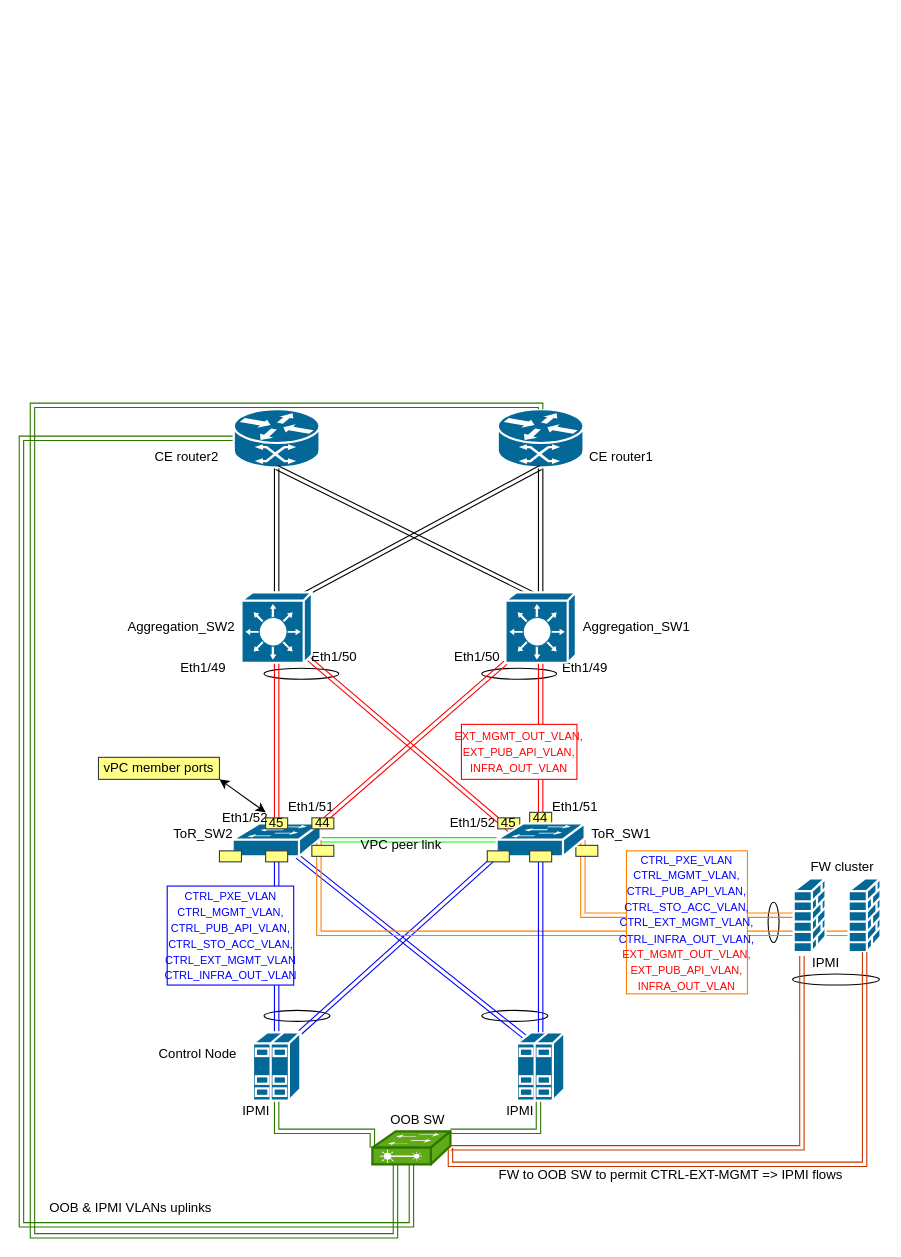
bogdanadrian-burciu/diagrams-net keeps this draw.io diagram as LLD_OPC_OJO_PE_upstream.drawio. Above is the earlier version. Source tidied: cells renumbered, new cells numbered last; positions are measured from the earlier drawing's top-left corner, leaving out a move shared by most shapes. Both pictures are drawn from the tidied source at 110%, with x=0, y=0 at pixel (21, 405).
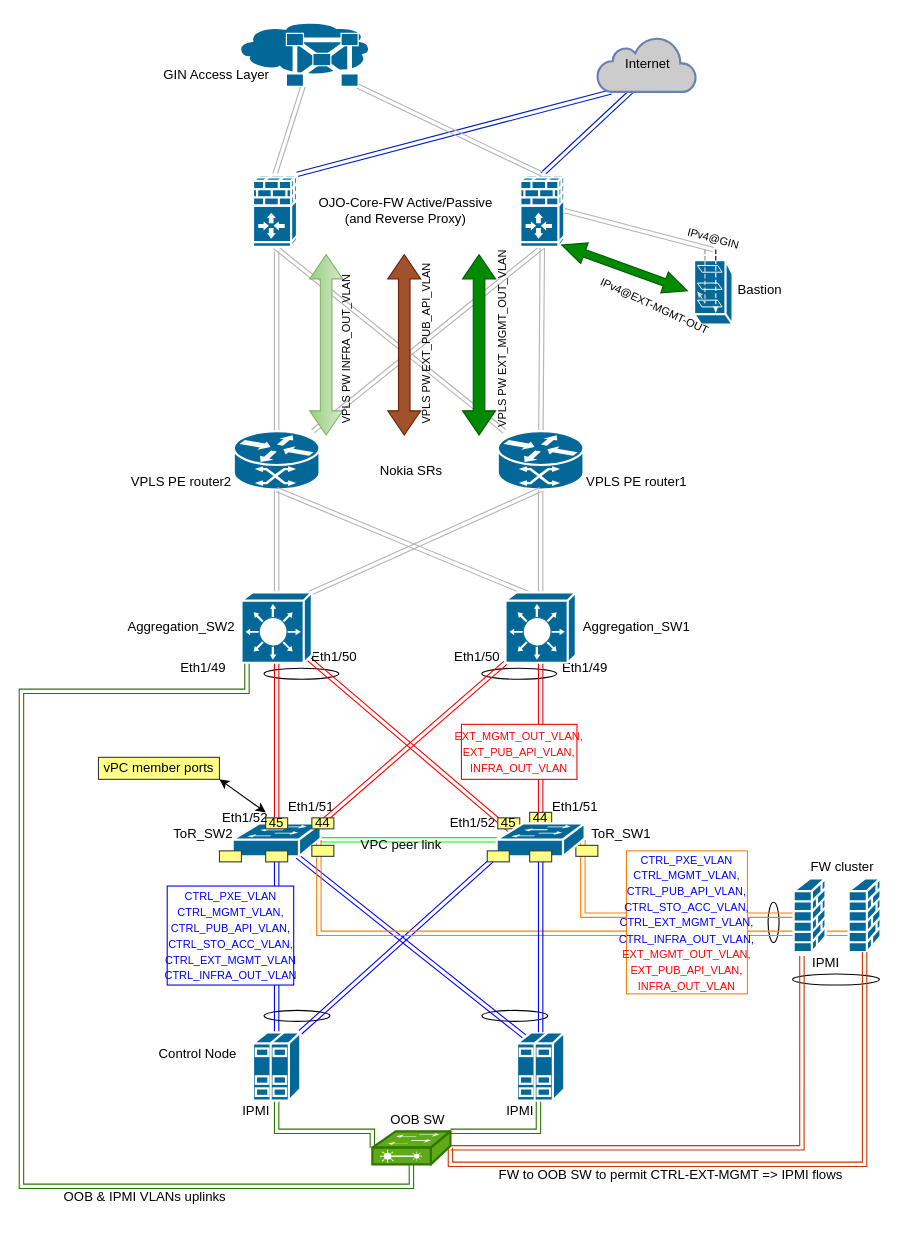
After the change.

Unchanged cells that the change refers to:
```xml
<mxCell id="41" style="shape=mxgraph.cisco.switches.layer_2_remote_switch;html=1;dashed=0;fillColor=#60a917;strokeColor=#2D7600;strokeWidth=2;verticalLabelPosition=bottom;verticalAlign=top;align=center;outlineConnect=0;fontColor=#ffffff;" parent="1" vertex="1">
  <mxGeometry x="319" y="660" width="71" height="30" as="geometry" />
</mxCell>
<mxCell id="80" style="shape=mxgraph.cisco.switches.layer_3_switch;html=1;dashed=0;fillColor=#036897;strokeColor=#ffffff;strokeWidth=2;verticalLabelPosition=bottom;verticalAlign=top;align=center;outlineConnect=0;" parent="1" vertex="1">
  <mxGeometry x="200" y="170" width="64" height="64" as="geometry" />
</mxCell>
<mxCell id="81" style="shape=mxgraph.cisco.switches.layer_3_switch;html=1;dashed=0;fillColor=#036897;strokeColor=#ffffff;strokeWidth=2;verticalLabelPosition=bottom;verticalAlign=top;align=center;outlineConnect=0;" parent="1" vertex="1">
  <mxGeometry x="440" y="170" width="64" height="64" as="geometry" />
</mxCell>
```

What changed in the source:
```diff
@@
-    <mxCell id="28" style="edgeStyle=orthogonalEdgeStyle;shape=link;rounded=0;jettySize=auto;html=1;exitX=0.5;exitY=0;exitDx=0;exitDy=0;exitPerimeter=0;entryX=0.5;entryY=1;entryDx=0;entryDy=0;entryPerimeter=0;" parent="1" edge="1" source="80" target="47">
+    <mxCell id="28" style="edgeStyle=orthogonalEdgeStyle;shape=link;rounded=0;jettySize=auto;html=1;exitX=0.5;exitY=0;exitDx=0;exitDy=0;exitPerimeter=0;entryX=0.5;entryY=1;entryDx=0;entryDy=0;entryPerimeter=0;strokeColor=#B3B3B3;" parent="1" edge="1" source="80" target="47">
       <mxGeometry relative="1" as="geometry" />
     </mxCell>
-    <mxCell id="29" style="edgeStyle=orthogonalEdgeStyle;shape=link;rounded=0;jettySize=auto;html=1;exitX=0.5;exitY=0;exitDx=0;exitDy=0;exitPerimeter=0;entryX=0.5;entryY=1;entryDx=0;entryDy=0;entryPerimeter=0;" parent="1" edge="1" source="81" target="48">
+    <mxCell id="29" style="edgeStyle=orthogonalEdgeStyle;shape=link;rounded=0;jettySize=auto;html=1;exitX=0.5;exitY=0;exitDx=0;exitDy=0;exitPerimeter=0;entryX=0.5;entryY=1;entryDx=0;entryDy=0;entryPerimeter=0;strokeColor=#B3B3B3;" parent="1" edge="1" source="81" target="48">
       <mxGeometry relative="1" as="geometry" />
     </mxCell>
@@
-    <mxCell id="40" style="edgeStyle=orthogonalEdgeStyle;rounded=0;jettySize=auto;html=1;fillColor=#60a917;strokeColor=#2D7600;shape=link;entryX=0;entryY=0.5;entryDx=0;entryDy=0;entryPerimeter=0;" parent="1" edge="1" source="41" target="47">
+    <mxCell id="40" style="edgeStyle=orthogonalEdgeStyle;rounded=0;jettySize=auto;html=1;fillColor=#60a917;strokeColor=#2D7600;shape=link;" parent="1" edge="1" source="41" target="80">
       <mxGeometry relative="1" as="geometry">
         <Array as="points">
-          <mxPoint y="745" />
-          <mxPoint y="30" />
+          <mxPoint x="355" y="710" />
+          <mxPoint y="710" />
+          <mxPoint y="260" />
+          <mxPoint x="205" y="260" />
         </Array>
       </mxGeometry>
     </mxCell>
@@
+    <mxCell id="82" style="edgeStyle=none;shape=link;rounded=0;jettySize=auto;html=1;entryX=0.5;entryY=1;entryDx=0;entryDy=0;entryPerimeter=0;fontColor=#E6E6E6;strokeColor=#B3B3B3;" parent="1" edge="1" source="47" target="91">
+      <mxGeometry relative="1" as="geometry" />
+    </mxCell>
+    <mxCell id="83" style="edgeStyle=none;shape=link;rounded=0;jettySize=auto;html=1;shadow=0;strokeColor=#B3B3B3;fontSize=10;fontColor=#E6E6E6;" parent="1" edge="1" source="47">
+      <mxGeometry relative="1" as="geometry">
+        <mxPoint x="232" y="-140" as="targetPoint" />
+      </mxGeometry>
+    </mxCell>
     <mxCell id="47" style="shape=mxgraph.cisco.routers.atm_router;html=1;dashed=0;fillColor=#036897;strokeColor=#ffffff;strokeWidth=2;verticalLabelPosition=bottom;verticalAlign=top;align=center;outlineConnect=0;" parent="1" vertex="1">
-      <mxGeometry x="193" y="3.5" width="78" height="53" as="geometry" />
+      <mxGeometry x="193" y="23.5" width="78" height="53" as="geometry" />
     </mxCell>
+    <mxCell id="84" style="edgeStyle=none;shape=link;rounded=0;jettySize=auto;html=1;entryX=0.5;entryY=1;entryDx=0;entryDy=0;entryPerimeter=0;fontColor=#E6E6E6;strokeColor=#B3B3B3;" parent="1" edge="1" source="48" target="89">
+      <mxGeometry relative="1" as="geometry" />
+    </mxCell>
+    <mxCell id="85" style="edgeStyle=none;shape=link;rounded=0;jettySize=auto;html=1;entryX=0.5;entryY=1;entryDx=0;entryDy=0;entryPerimeter=0;shadow=0;strokeColor=#B3B3B3;fontSize=10;fontColor=#E6E6E6;" parent="1" edge="1" source="48" target="91">
+      <mxGeometry relative="1" as="geometry" />
+    </mxCell>
     <mxCell id="48" style="shape=mxgraph.cisco.routers.atm_router;html=1;dashed=0;fillColor=#036897;strokeColor=#ffffff;strokeWidth=2;verticalLabelPosition=bottom;verticalAlign=top;align=center;outlineConnect=0;" parent="1" vertex="1">
-      <mxGeometry x="433" y="3.5" width="78" height="53" as="geometry" />
+      <mxGeometry x="433" y="23.5" width="78" height="53" as="geometry" />
     </mxCell>
-    <mxCell id="49" value="CE router2" style="text;html=1;align=center;verticalAlign=middle;" parent="1" vertex="1">
-      <mxGeometry x="115" y="36.5" width="70" height="20" as="geometry" />
+    <mxCell id="49" value="VPLS PE router2" style="text;html=1;align=center;verticalAlign=middle;" parent="1" vertex="1">
+      <mxGeometry x="90" y="60" width="110" height="20" as="geometry" />
     </mxCell>
-    <mxCell id="50" value="CE router1" style="text;html=1;align=center;verticalAlign=middle;" parent="1" vertex="1">
-      <mxGeometry x="509.5" y="36.5" width="70" height="20" as="geometry" />
-    </mxCell>
@@
-    <mxCell id="65" style="edgeStyle=orthogonalEdgeStyle;rounded=0;jettySize=auto;html=1;fillColor=#60a917;strokeColor=#2D7600;shape=link;exitX=0.296;exitY=1;exitDx=0;exitDy=0;exitPerimeter=0;" parent="1" edge="1" source="41" target="48">
-      <mxGeometry relative="1" as="geometry">
-        <Array as="points">
-          <mxPoint x="340" y="755" />
-          <mxPoint x="10" y="755" />
-          <mxPoint x="10" />
-          <mxPoint x="472" />
-        </Array>
-      </mxGeometry>
-    </mxCell>
@@
     <mxCell id="68" value="OOB &amp;amp; IPMI VLANs uplinks" style="text;html=1;align=center;verticalAlign=middle;" parent="1" vertex="1">
-      <mxGeometry x="19" y="720" width="160" height="20" as="geometry" />
+      <mxGeometry x="32" y="710" width="160" height="20" as="geometry" />
     </mxCell>
@@
-    <mxCell id="78" style="shape=link;rounded=0;jettySize=auto;html=1;exitX=0.5;exitY=0;exitDx=0;exitDy=0;exitPerimeter=0;entryX=0.5;entryY=1;entryDx=0;entryDy=0;entryPerimeter=0;" parent="1" edge="1" target="48">
+    <mxCell id="78" style="shape=link;rounded=0;jettySize=auto;html=1;exitX=0.5;exitY=0;exitDx=0;exitDy=0;exitPerimeter=0;entryX=0.5;entryY=1;entryDx=0;entryDy=0;entryPerimeter=0;strokeColor=#B3B3B3;" parent="1" edge="1" target="48">
       <mxGeometry relative="1" as="geometry">
         <mxPoint x="242" y="180" as="sourcePoint" />
       </mxGeometry>
     </mxCell>
-    <mxCell id="79" style="shape=link;rounded=0;jettySize=auto;html=1;exitX=0.5;exitY=0;exitDx=0;exitDy=0;exitPerimeter=0;entryX=0.5;entryY=1;entryDx=0;entryDy=0;entryPerimeter=0;" parent="1" edge="1" target="47">
+    <mxCell id="79" style="shape=link;rounded=0;jettySize=auto;html=1;exitX=0.5;exitY=0;exitDx=0;exitDy=0;exitPerimeter=0;entryX=0.5;entryY=1;entryDx=0;entryDy=0;entryPerimeter=0;strokeColor=#B3B3B3;" parent="1" edge="1" target="47">
       <mxGeometry relative="1" as="geometry">
         <mxPoint x="482" y="180" as="sourcePoint" />
       </mxGeometry>
     </mxCell>
@@
+    <mxCell id="86" style="edgeStyle=none;shape=link;rounded=0;jettySize=auto;html=1;exitX=0.95;exitY=0.94;exitDx=0;exitDy=0;exitPerimeter=0;fontSize=10;fontColor=#E6E6E6;strokeColor=none;" parent="1" edge="1" source="81">
+      <mxGeometry relative="1" as="geometry">
+        <mxPoint x="200" y="260" as="targetPoint" />
+      </mxGeometry>
+    </mxCell>
@@
+    <mxCell id="87" style="edgeStyle=none;shape=link;rounded=0;jettySize=auto;html=1;exitX=0.5;exitY=0;exitDx=0;exitDy=0;exitPerimeter=0;entryX=0.5;entryY=1;entryDx=0;entryDy=0;entryPerimeter=0;fontSize=10;fontColor=#E6E6E6;strokeColor=#B3B3B3;" parent="1" edge="1" source="89" target="101">
+      <mxGeometry relative="1" as="geometry" />
+    </mxCell>
+    <mxCell id="88" style="edgeStyle=none;shape=link;rounded=0;jettySize=auto;html=1;exitX=1;exitY=0;exitDx=0;exitDy=0;exitPerimeter=0;entryX=0.14;entryY=1;entryDx=0;entryDy=0;entryPerimeter=0;strokeColor=#001DBC;fontSize=10;fontColor=#E6E6E6;fillColor=#0050ef;" parent="1" edge="1" source="89" target="103">
+      <mxGeometry relative="1" as="geometry" />
+    </mxCell>
+    <mxCell id="89" style="shape=mxgraph.cisco.security.ios_firewall;html=1;dashed=0;fillColor=#036897;strokeColor=#ffffff;strokeWidth=2;verticalLabelPosition=bottom;verticalAlign=top;align=center;outlineConnect=0;" parent="1" vertex="1">
+      <mxGeometry x="210.5" y="-210" width="40" height="66" as="geometry" />
+    </mxCell>
+    <mxCell id="90" style="edgeStyle=none;shape=link;rounded=0;jettySize=auto;html=1;exitX=0.5;exitY=0;exitDx=0;exitDy=0;exitPerimeter=0;strokeColor=#001DBC;fontSize=10;fontColor=#E6E6E6;fillColor=#0050ef;" parent="1" edge="1" source="91">
+      <mxGeometry relative="1" as="geometry">
+        <mxPoint x="570" y="-300" as="targetPoint" />
+      </mxGeometry>
+    </mxCell>
+    <mxCell id="91" style="shape=mxgraph.cisco.security.ios_firewall;html=1;dashed=0;fillColor=#036897;strokeColor=#ffffff;strokeWidth=2;verticalLabelPosition=bottom;verticalAlign=top;align=center;outlineConnect=0;" parent="1" vertex="1">
+      <mxGeometry x="453.5" y="-210" width="40" height="66" as="geometry" />
+    </mxCell>
+    <mxCell id="92" value="OJO-Core-FW Active/Passive &lt;br&gt;(and Reverse Proxy)" style="text;html=1;align=center;verticalAlign=middle;" parent="1" vertex="1">
+      <mxGeometry x="263.5" y="-192" width="170" height="30" as="geometry" />
+    </mxCell>
+    <mxCell id="93" value="VPLS PE router1" style="text;html=1;align=center;verticalAlign=middle;" parent="1" vertex="1">
+      <mxGeometry x="504" y="60" width="110" height="20" as="geometry" />
+    </mxCell>
+    <mxCell id="94" value="Nokia SRs" style="text;html=1;align=center;verticalAlign=middle;" parent="1" vertex="1">
+      <mxGeometry x="319" y="50" width="70" height="20" as="geometry" />
+    </mxCell>
+    <mxCell id="95" style="html=1;shadow=0;dashed=0;align=center;verticalAlign=middle;shape=mxgraph.arrows2.twoWayArrow;dy=0.65;dx=22;rotation=90;fillColor=#d5e8d4;strokeColor=#82b366;gradientColor=#97d077;" parent="1" vertex="1">
+      <mxGeometry x="195" y="-70" width="164" height="30" as="geometry" />
+    </mxCell>
+    <mxCell id="96" style="html=1;shadow=0;dashed=0;align=center;verticalAlign=middle;shape=mxgraph.arrows2.twoWayArrow;dy=0.65;dx=22;rotation=90;fontStyle=1;fillColor=#a0522d;strokeColor=#6D1F00;fontColor=#ffffff;" parent="1" vertex="1">
+      <mxGeometry x="266" y="-70" width="164" height="30" as="geometry" />
+    </mxCell>
+    <mxCell id="97" style="html=1;shadow=0;dashed=0;align=center;verticalAlign=middle;shape=mxgraph.arrows2.twoWayArrow;dy=0.65;dx=22;rotation=90;fillColor=#008a00;strokeColor=#005700;fontColor=#ffffff;" parent="1" vertex="1">
+      <mxGeometry x="334" y="-70" width="164" height="30" as="geometry" />
+    </mxCell>
+    <mxCell id="98" value="VPLS PW EXT_MGMT_OUT_VLAN" style="text;html=1;align=center;verticalAlign=middle;fontSize=10;rotation=-90;" parent="1" vertex="1">
+      <mxGeometry x="347" y="-70" width="180" height="20" as="geometry" />
+    </mxCell>
+    <mxCell id="99" value="VPLS PW EXT_PUB_API_VLAN" style="text;html=1;align=center;verticalAlign=middle;fontSize=10;rotation=-90;" parent="1" vertex="1">
+      <mxGeometry x="287.5" y="-65" width="160" height="20" as="geometry" />
+    </mxCell>
+    <mxCell id="100" value="VPLS PW INFRA_OUT_VLAN" style="text;html=1;align=center;verticalAlign=middle;fontSize=10;rotation=-90;" parent="1" vertex="1">
+      <mxGeometry x="220.5" y="-60" width="150" height="20" as="geometry" />
+    </mxCell>
+    <mxCell id="101" style="shape=mxgraph.cisco.security.gatekeeper;html=1;dashed=0;fillColor=#036897;strokeColor=#ffffff;strokeWidth=2;verticalLabelPosition=bottom;verticalAlign=top;align=center;outlineConnect=0;fontSize=10;fontColor=#E6E6E6;" parent="1" vertex="1">
+      <mxGeometry x="193.5" y="-350" width="125" height="60" as="geometry" />
+    </mxCell>
+    <mxCell id="102" value="&lt;font color=&quot;#000000&quot; style=&quot;font-size: 12px&quot;&gt;GIN Access Layer&lt;/font&gt;" style="text;html=1;align=center;verticalAlign=middle;fontSize=10;fontColor=#E6E6E6;" parent="1" vertex="1">
+      <mxGeometry x="121.5" y="-310" width="110" height="20" as="geometry" />
+    </mxCell>
+    <mxCell id="103" value="&lt;font color=&quot;#000000&quot;&gt;Internet&lt;/font&gt;" style="html=1;outlineConnect=0;fillColor=#CCCCCC;strokeColor=#6881B3;gradientColor=none;gradientDirection=north;strokeWidth=2;shape=mxgraph.networks.cloud;fontColor=#ffffff;" parent="1" vertex="1">
+      <mxGeometry x="523.5" y="-335" width="90" height="50" as="geometry" />
+    </mxCell>
+    <mxCell id="104" style="edgeStyle=none;shape=link;rounded=0;jettySize=auto;html=1;entryX=0.9;entryY=1;entryDx=0;entryDy=0;entryPerimeter=0;fontColor=#E6E6E6;exitX=0.5;exitY=0;exitDx=0;exitDy=0;exitPerimeter=0;strokeColor=#B3B3B3;" parent="1" edge="1" source="91" target="101">
+      <mxGeometry relative="1" as="geometry" />
+    </mxCell>
+    <mxCell id="105" style="shape=mxgraph.cisco.security.guard;html=1;dashed=0;fillColor=#036897;strokeColor=#ffffff;strokeWidth=2;verticalLabelPosition=bottom;verticalAlign=top;align=center;outlineConnect=0;fontSize=10;fontColor=#E6E6E6;rotation=90;" parent="1" vertex="1">
+      <mxGeometry x="595" y="-125" width="68" height="35" as="geometry" />
+    </mxCell>
+    <mxCell id="106" style="html=1;shadow=0;dashed=0;align=center;verticalAlign=middle;shape=mxgraph.arrows2.twoWayArrow;dy=0.65;dx=22;rotation=-160;fillColor=#008a00;strokeColor=#005700;fontColor=#ffffff;" parent="1" vertex="1">
+      <mxGeometry x="487.5" y="-135" width="121.5" height="20" as="geometry" />
+    </mxCell>
+    <mxCell id="107" style="edgeStyle=none;shape=link;rounded=0;jettySize=auto;html=1;entryX=1;entryY=0.5;entryDx=0;entryDy=0;entryPerimeter=0;fontColor=#E6E6E6;exitX=0;exitY=0.5;exitDx=0;exitDy=0;exitPerimeter=0;strokeColor=#B3B3B3;" parent="1" edge="1" source="105" target="91">
+      <mxGeometry relative="1" as="geometry" />
+    </mxCell>
+    <mxCell id="108" value="Bastion" style="text;html=1;align=center;verticalAlign=middle;" parent="1" vertex="1">
+      <mxGeometry x="641" y="-115" width="60" height="20" as="geometry" />
+    </mxCell>
+    <mxCell id="109" value="&lt;font color=&quot;#000000&quot;&gt;IPv4@&lt;/font&gt;&lt;span style=&quot;color: rgb(0 , 0 , 0)&quot;&gt;EXT-MGMT-OUT&amp;nbsp;&lt;/span&gt;" style="text;html=1;align=center;verticalAlign=middle;fontSize=10;fontColor=#E6E6E6;rotation=25;" parent="1" vertex="1">
+      <mxGeometry x="512" y="-100" width="130" height="20" as="geometry" />
+    </mxCell>
+    <mxCell id="110" value="&lt;font color=&quot;#000000&quot;&gt;IPv4@&lt;/font&gt;&lt;span style=&quot;color: rgb(0 , 0 , 0)&quot;&gt;GIN&lt;/span&gt;" style="text;html=1;align=center;verticalAlign=middle;fontSize=10;fontColor=#E6E6E6;rotation=15;" parent="1" vertex="1">
+      <mxGeometry x="599" y="-162" width="60" height="20" as="geometry" />
+    </mxCell>
```
